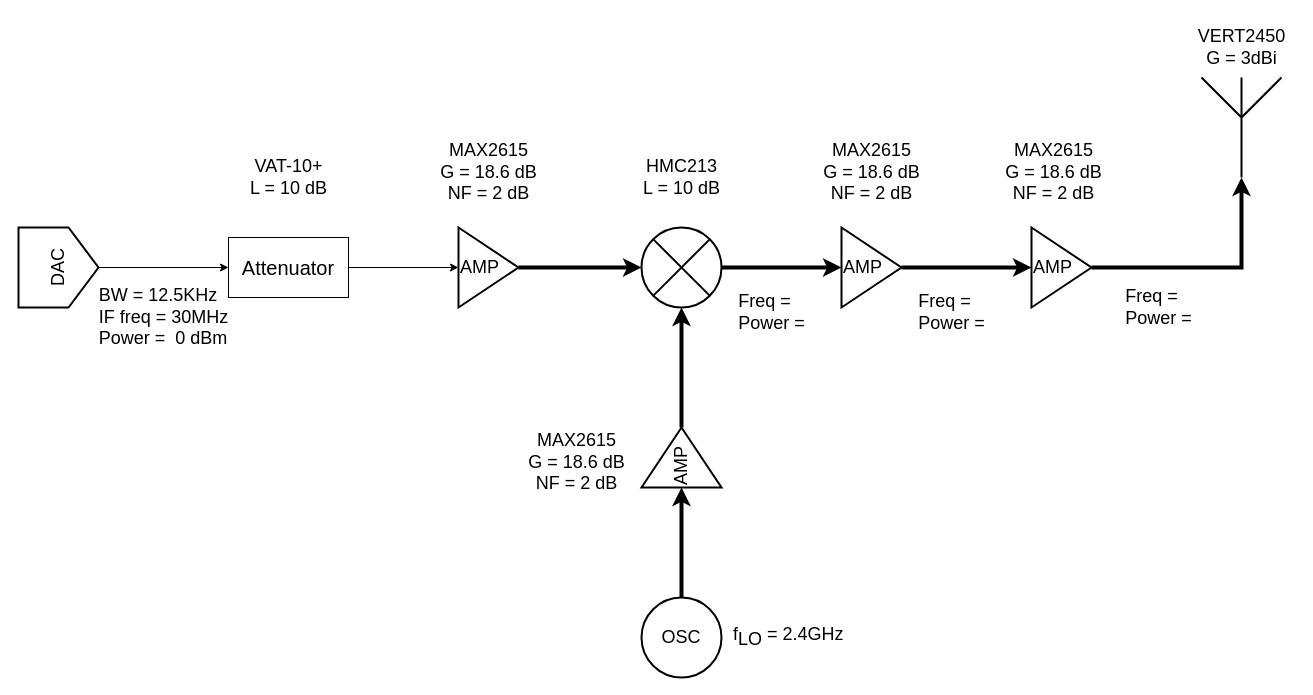
chenbin234/MCC125-Wireless-link-project keeps this draw.io diagram as transmitter.drawio. Above is the earlier version. Source tidied: cells renumbered, new cells numbered last; positions are measured from the earlier drawing's top-left corner, leaving out a move shared by most shapes. Both pictures are drawn from the tidied source at 100%, with x=0, y=0 at pixel (18, 17).
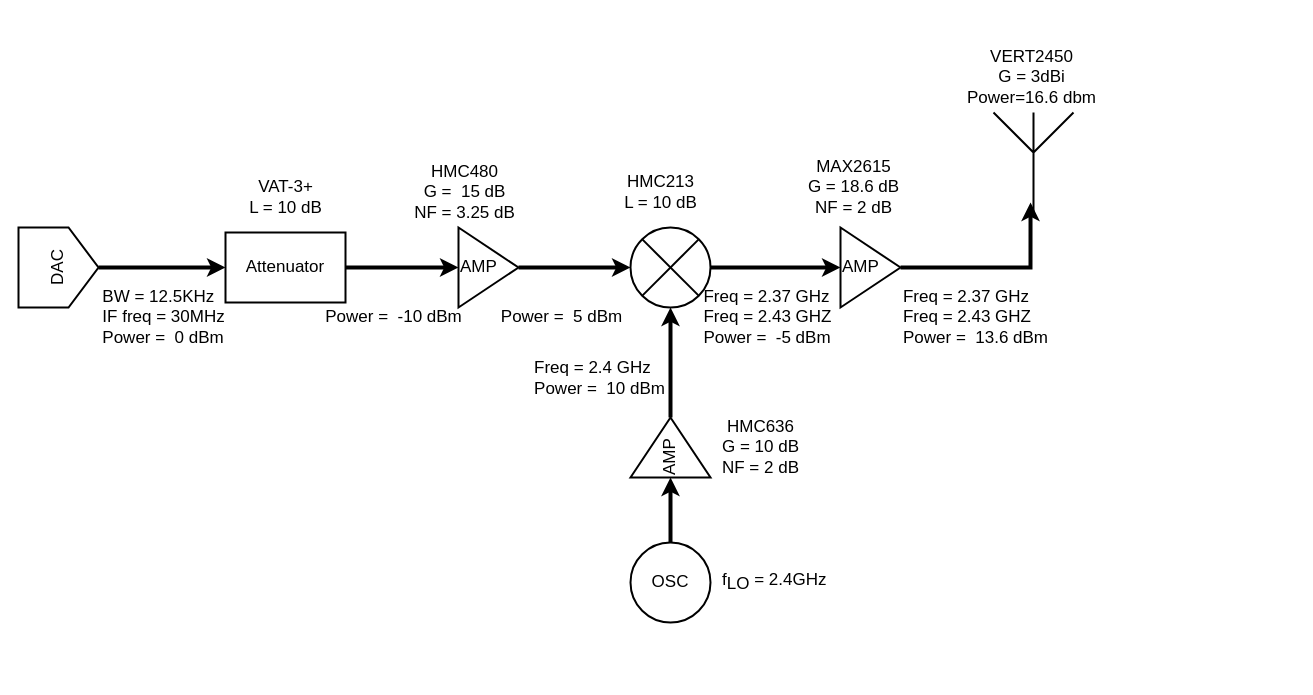
The same diagram, later.

The edit, as a diff of the source:
```diff
@@
-    <mxCell id="2" style="edgeStyle=orthogonalEdgeStyle;rounded=0;jettySize=auto;html=1;exitX=1;exitY=0.5;exitDx=0;exitDy=0;strokeWidth=4;fontSize=18;" parent="1" edge="1" source="3" target="5">
+    <mxCell id="2" style="edgeStyle=orthogonalEdgeStyle;rounded=0;jettySize=auto;html=1;exitX=1;exitY=0.5;exitDx=0;exitDy=0;strokeWidth=4;fontSize=17;" parent="1" edge="1" source="3" target="5">
       <mxGeometry relative="1" as="geometry" />
     </mxCell>
-    <mxCell id="3" value="AMP" style="triangle;whiteSpace=wrap;html=1;strokeWidth=2;fontSize=18;align=left;" parent="1" vertex="1">
+    <mxCell id="3" value="AMP" style="triangle;whiteSpace=wrap;html=1;strokeWidth=2;fontSize=17;align=left;" parent="1" vertex="1">
       <mxGeometry x="440" y="210" width="60" height="80" as="geometry" />
     </mxCell>
-    <mxCell id="4" style="edgeStyle=orthogonalEdgeStyle;rounded=0;jettySize=auto;html=1;exitX=1;exitY=0.5;exitDx=0;exitDy=0;entryX=0;entryY=0.5;entryDx=0;entryDy=0;strokeWidth=4;fontSize=18;" parent="1" edge="1" source="5" target="11">
+    <mxCell id="4" style="edgeStyle=orthogonalEdgeStyle;rounded=0;jettySize=auto;html=1;exitX=1;exitY=0.5;exitDx=0;exitDy=0;entryX=0;entryY=0.5;entryDx=0;entryDy=0;strokeWidth=4;fontSize=17;" parent="1" edge="1" source="5" target="11">
       <mxGeometry relative="1" as="geometry" />
     </mxCell>
-    <mxCell id="5" style="shape=sumEllipse;perimeter=ellipsePerimeter;whiteSpace=wrap;html=1;backgroundOutline=1;strokeWidth=2;fontSize=18;" parent="1" vertex="1">
-      <mxGeometry x="623" y="210" width="80" height="80" as="geometry" />
+    <mxCell id="5" style="shape=sumEllipse;perimeter=ellipsePerimeter;whiteSpace=wrap;html=1;backgroundOutline=1;strokeWidth=2;fontSize=17;" parent="1" vertex="1">
+      <mxGeometry x="612" y="210" width="80" height="80" as="geometry" />
     </mxCell>
-    <mxCell id="6" style="edgeStyle=orthogonalEdgeStyle;rounded=0;jettySize=auto;html=1;exitX=1;exitY=0.5;exitDx=0;exitDy=0;entryX=0.5;entryY=1;entryDx=0;entryDy=0;strokeWidth=4;fontSize=18;" parent="1" edge="1" source="7" target="5">
+    <mxCell id="6" style="edgeStyle=orthogonalEdgeStyle;rounded=0;jettySize=auto;html=1;exitX=1;exitY=0.5;exitDx=0;exitDy=0;entryX=0.5;entryY=1;entryDx=0;entryDy=0;strokeWidth=4;fontSize=17;" parent="1" edge="1" source="7" target="5">
       <mxGeometry relative="1" as="geometry" />
     </mxCell>
-    <mxCell id="7" value="AMP" style="triangle;whiteSpace=wrap;html=1;rotation=-90;strokeWidth=2;fontSize=18;align=left;" parent="1" vertex="1">
-      <mxGeometry x="633" y="400" width="60" height="80" as="geometry" />
+    <mxCell id="7" value="AMP" style="triangle;whiteSpace=wrap;html=1;rotation=-90;strokeWidth=2;fontSize=17;align=left;" parent="1" vertex="1">
+      <mxGeometry x="622" y="390" width="60" height="80" as="geometry" />
     </mxCell>
-    <mxCell id="8" style="edgeStyle=orthogonalEdgeStyle;rounded=0;jettySize=auto;html=1;exitX=0.5;exitY=0;exitDx=0;exitDy=0;entryX=0;entryY=0.5;entryDx=0;entryDy=0;strokeWidth=4;fontSize=18;" parent="1" edge="1" source="9" target="7">
+    <mxCell id="8" style="edgeStyle=orthogonalEdgeStyle;rounded=0;jettySize=auto;html=1;exitX=0.5;exitY=0;exitDx=0;exitDy=0;entryX=0;entryY=0.5;entryDx=0;entryDy=0;strokeWidth=4;fontSize=17;" parent="1" edge="1" source="9" target="7">
       <mxGeometry relative="1" as="geometry" />
     </mxCell>
-    <mxCell id="9" value="&lt;font style=&quot;font-size: 18px;&quot;&gt;OSC&lt;/font&gt;" style="ellipse;whiteSpace=wrap;html=1;strokeWidth=2;fontSize=18;" parent="1" vertex="1">
-      <mxGeometry x="623" y="580" width="80" height="80" as="geometry" />
+    <mxCell id="9" value="&lt;font style=&quot;font-size: 17px;&quot;&gt;OSC&lt;/font&gt;" style="ellipse;whiteSpace=wrap;html=1;strokeWidth=2;fontSize=17;" parent="1" vertex="1">
+      <mxGeometry x="612" y="525" width="80" height="80" as="geometry" />
     </mxCell>
-    <mxCell id="10" style="edgeStyle=orthogonalEdgeStyle;rounded=0;jettySize=auto;html=1;exitX=1;exitY=0.5;exitDx=0;exitDy=0;entryX=0;entryY=0.5;entryDx=0;entryDy=0;strokeWidth=4;fontSize=18;" parent="1" edge="1" source="11" target="13">
+    <mxCell id="10" style="edgeStyle=orthogonalEdgeStyle;rounded=0;jettySize=auto;html=1;exitX=1;exitY=0.5;exitDx=0;exitDy=0;entryX=0.463;entryY=0.9;entryDx=0;entryDy=0;strokeWidth=4;fontSize=17;entryPerimeter=0;" parent="1" edge="1" source="11" target="14">
       <mxGeometry relative="1" as="geometry" />
     </mxCell>
-    <mxCell id="11" value="AMP" style="triangle;whiteSpace=wrap;html=1;strokeWidth=2;fontSize=18;align=left;" parent="1" vertex="1">
-      <mxGeometry x="823" y="210" width="60" height="80" as="geometry" />
+    <mxCell id="11" value="AMP" style="triangle;whiteSpace=wrap;html=1;strokeWidth=2;fontSize=17;align=left;" parent="1" vertex="1">
+      <mxGeometry x="822" y="210" width="60" height="80" as="geometry" />
     </mxCell>
-    <mxCell id="12" style="edgeStyle=orthogonalEdgeStyle;rounded=0;jettySize=auto;html=1;exitX=1;exitY=0.5;exitDx=0;exitDy=0;strokeWidth=4;fontSize=18;" parent="1" edge="1" source="13" target="14">
-      <mxGeometry relative="1" as="geometry" />
-    </mxCell>
-    <mxCell id="13" value="AMP" style="triangle;whiteSpace=wrap;html=1;strokeWidth=2;fontSize=18;align=left;" parent="1" vertex="1">
-      <mxGeometry x="1013" y="210" width="60" height="80" as="geometry" />
-    </mxCell>
-    <mxCell id="14" style="verticalLabelPosition=bottom;shadow=0;dashed=0;align=center;html=1;verticalAlign=top;shape=mxgraph.electrical.radio.aerial_-_antenna_1;strokeWidth=2;fontSize=18;" parent="1" vertex="1">
-      <mxGeometry x="1183" y="60" width="80" height="100" as="geometry" />
+    <mxCell id="14" style="verticalLabelPosition=bottom;shadow=0;dashed=0;align=center;html=1;verticalAlign=top;shape=mxgraph.electrical.radio.aerial_-_antenna_1;strokeWidth=2;fontSize=17;" parent="1" vertex="1">
+      <mxGeometry x="975" y="95" width="80" height="100" as="geometry" />
     </mxCell>
-    <mxCell id="15" style="edgeStyle=orthogonalEdgeStyle;rounded=0;jettySize=auto;html=1;exitX=0.5;exitY=1;exitDx=0;exitDy=0;entryX=0;entryY=0.5;entryDx=0;entryDy=0;" parent="1" edge="1" source="16" target="29">
+    <mxCell id="15" style="edgeStyle=orthogonalEdgeStyle;rounded=0;jettySize=auto;html=1;exitX=0.5;exitY=1;exitDx=0;exitDy=0;entryX=0;entryY=0.5;entryDx=0;entryDy=0;strokeWidth=4;fontSize=17;" parent="1" edge="1" source="16" target="29">
       <mxGeometry relative="1" as="geometry" />
     </mxCell>
-    <mxCell id="16" value="&lt;font style=&quot;font-size: 18px;&quot;&gt;DAC&lt;/font&gt;" style="shape=offPageConnector;whiteSpace=wrap;html=1;rotation=-90;strokeWidth=2;horizontal=1;verticalAlign=middle;fontSize=18;" parent="1" vertex="1">
+    <mxCell id="16" value="&lt;font style=&quot;font-size: 17px;&quot;&gt;DAC&lt;/font&gt;" style="shape=offPageConnector;whiteSpace=wrap;html=1;rotation=-90;strokeWidth=2;horizontal=1;verticalAlign=middle;fontSize=17;" parent="1" vertex="1">
       <mxGeometry y="210" width="80" height="80" as="geometry" />
     </mxCell>
-    <mxCell id="17" value="&lt;font style=&quot;font-size: 18px;&quot;&gt;f&lt;sub style=&quot;font-size: 18px;&quot;&gt;LO&lt;/sub&gt; = 2.4GHz&lt;/font&gt;" style="text;html=1;align=left;verticalAlign=middle;strokeColor=none;fillColor=none;fontSize=18;" parent="1" vertex="1">
-      <mxGeometry x="713" y="600" width="130" height="40" as="geometry" />
+    <mxCell id="17" value="&lt;font style=&quot;font-size: 17px;&quot;&gt;f&lt;sub style=&quot;font-size: 17px;&quot;&gt;LO&lt;/sub&gt; = 2.4GHz&lt;/font&gt;" style="text;html=1;align=left;verticalAlign=middle;strokeColor=none;fillColor=none;fontSize=17;" parent="1" vertex="1">
+      <mxGeometry x="702" y="545" width="130" height="40" as="geometry" />
     </mxCell>
-    <mxCell id="18" value="&lt;div style=&quot;text-align: left; font-size: 18px;&quot;&gt;&lt;span style=&quot;background-color: initial; font-size: 18px;&quot;&gt;&lt;font style=&quot;font-size: 18px;&quot;&gt;BW = 12.5KHz&lt;/font&gt;&lt;/span&gt;&lt;/div&gt;&lt;div style=&quot;text-align: left; font-size: 18px;&quot;&gt;&lt;span style=&quot;background-color: initial; font-size: 18px;&quot;&gt;&lt;font style=&quot;font-size: 18px;&quot;&gt;IF freq = 30MHz&lt;/font&gt;&lt;/span&gt;&lt;/div&gt;&lt;div style=&quot;text-align: left; font-size: 18px;&quot;&gt;&lt;span style=&quot;background-color: initial; font-size: 18px;&quot;&gt;&lt;font style=&quot;font-size: 18px;&quot;&gt;Power =&amp;nbsp; 0 dBm&lt;/font&gt;&lt;/span&gt;&lt;/div&gt;" style="text;html=1;align=center;verticalAlign=middle;strokeColor=none;fillColor=none;fontSize=18;" parent="1" vertex="1">
-      <mxGeometry x="70" y="260" width="150" height="80" as="geometry" />
+    <mxCell id="18" value="&lt;div style=&quot;text-align: left; font-size: 17px;&quot;&gt;&lt;span style=&quot;background-color: initial; font-size: 17px;&quot;&gt;&lt;font style=&quot;font-size: 17px;&quot;&gt;BW = 12.5KHz&lt;/font&gt;&lt;/span&gt;&lt;/div&gt;&lt;div style=&quot;text-align: left; font-size: 17px;&quot;&gt;&lt;span style=&quot;background-color: initial; font-size: 17px;&quot;&gt;&lt;font style=&quot;font-size: 17px;&quot;&gt;IF freq = 30MHz&lt;/font&gt;&lt;/span&gt;&lt;/div&gt;&lt;div style=&quot;text-align: left; font-size: 17px;&quot;&gt;&lt;span style=&quot;background-color: initial; font-size: 17px;&quot;&gt;&lt;font style=&quot;font-size: 17px;&quot;&gt;Power =&amp;nbsp; 0 dBm&lt;/font&gt;&lt;/span&gt;&lt;/div&gt;" style="text;html=1;align=center;verticalAlign=middle;strokeColor=none;fillColor=none;fontSize=17;" parent="1" vertex="1">
+      <mxGeometry x="70" y="265" width="150" height="70" as="geometry" />
     </mxCell>
-    <mxCell id="19" value="&lt;div style=&quot;text-align: left; font-size: 18px;&quot;&gt;&lt;span style=&quot;background-color: initial; font-size: 18px;&quot;&gt;Freq =&lt;/span&gt;&lt;/div&gt;&lt;div style=&quot;text-align: left; font-size: 18px;&quot;&gt;&lt;span style=&quot;background-color: initial; font-size: 18px;&quot;&gt;&lt;font style=&quot;font-size: 18px;&quot;&gt;Power =&amp;nbsp;&amp;nbsp;&lt;/font&gt;&lt;/span&gt;&lt;/div&gt;" style="text;html=1;align=center;verticalAlign=middle;strokeColor=none;fillColor=none;fontSize=18;" parent="1" vertex="1">
-      <mxGeometry x="888" y="265" width="100" height="60" as="geometry" />
-    </mxCell>
-    <mxCell id="20" value="&lt;div style=&quot;text-align: left; font-size: 18px;&quot;&gt;&lt;span style=&quot;background-color: initial; font-size: 18px;&quot;&gt;Freq =&lt;/span&gt;&lt;/div&gt;&lt;div style=&quot;text-align: left; font-size: 18px;&quot;&gt;&lt;span style=&quot;background-color: initial; font-size: 18px;&quot;&gt;&lt;font style=&quot;font-size: 18px;&quot;&gt;Power =&amp;nbsp;&amp;nbsp;&lt;/font&gt;&lt;/span&gt;&lt;/div&gt;" style="text;html=1;align=center;verticalAlign=middle;strokeColor=none;fillColor=none;fontSize=18;" parent="1" vertex="1">
-      <mxGeometry x="1095" y="260" width="100" height="60" as="geometry" />
-    </mxCell>
-    <mxCell id="21" value="&lt;div style=&quot;text-align: left; font-size: 18px;&quot;&gt;&lt;span style=&quot;background-color: initial; font-size: 18px;&quot;&gt;Freq =&lt;/span&gt;&lt;/div&gt;&lt;div style=&quot;text-align: left; font-size: 18px;&quot;&gt;&lt;span style=&quot;background-color: initial; font-size: 18px;&quot;&gt;&lt;font style=&quot;font-size: 18px;&quot;&gt;Power =&amp;nbsp;&amp;nbsp;&lt;/font&gt;&lt;/span&gt;&lt;/div&gt;" style="text;html=1;align=center;verticalAlign=middle;strokeColor=none;fillColor=none;fontSize=18;" parent="1" vertex="1">
-      <mxGeometry x="708" y="265" width="100" height="60" as="geometry" />
+    <mxCell id="21" value="&lt;div style=&quot;text-align: left; font-size: 17px;&quot;&gt;&lt;span style=&quot;background-color: initial; font-size: 17px;&quot;&gt;Freq = 2.37 GHz&lt;/span&gt;&lt;/div&gt;&lt;div style=&quot;text-align: left; font-size: 17px;&quot;&gt;&lt;span style=&quot;background-color: initial; font-size: 17px;&quot;&gt;Freq = 2.43 GHZ&lt;/span&gt;&lt;/div&gt;&lt;div style=&quot;text-align: left; font-size: 17px;&quot;&gt;&lt;span style=&quot;background-color: initial; font-size: 17px;&quot;&gt;&lt;font style=&quot;font-size: 17px;&quot;&gt;Power =&amp;nbsp; -5 dBm&lt;/font&gt;&lt;/span&gt;&lt;/div&gt;" style="text;html=1;align=center;verticalAlign=middle;strokeColor=none;fillColor=none;fontSize=17;" parent="1" vertex="1">
+      <mxGeometry x="674" y="265" width="150" height="70" as="geometry" />
     </mxCell>
-    <mxCell id="22" value="MAX2615&lt;br style=&quot;font-size: 18px;&quot;&gt;G = 18.6 dB&lt;br style=&quot;font-size: 18px;&quot;&gt;NF = 2 dB" style="text;html=1;align=center;verticalAlign=middle;strokeColor=none;fillColor=none;fontSize=18;" parent="1" vertex="1">
-      <mxGeometry x="498" y="405" width="120" height="80" as="geometry" />
+    <mxCell id="22" value="HMC636&lt;br style=&quot;font-size: 17px;&quot;&gt;G = 10 dB&lt;br style=&quot;font-size: 17px;&quot;&gt;NF = 2 dB" style="text;html=1;align=center;verticalAlign=middle;strokeColor=none;fillColor=none;fontSize=17;" parent="1" vertex="1">
+      <mxGeometry x="692" y="395" width="100" height="70" as="geometry" />
     </mxCell>
-    <mxCell id="23" value="MAX2615&lt;br style=&quot;font-size: 18px;&quot;&gt;G = 18.6 dB&lt;br style=&quot;font-size: 18px;&quot;&gt;NF = 2 dB" style="text;html=1;align=center;verticalAlign=middle;strokeColor=none;fillColor=none;fontSize=18;" parent="1" vertex="1">
-      <mxGeometry x="793" y="115" width="120" height="80" as="geometry" />
+    <mxCell id="23" value="MAX2615&lt;br style=&quot;font-size: 17px;&quot;&gt;G = 18.6 dB&lt;br style=&quot;font-size: 17px;&quot;&gt;NF = 2 dB" style="text;html=1;align=center;verticalAlign=middle;strokeColor=none;fillColor=none;fontSize=17;" parent="1" vertex="1">
+      <mxGeometry x="780" y="135" width="110" height="70" as="geometry" />
     </mxCell>
-    <mxCell id="24" value="MAX2615&lt;br style=&quot;font-size: 18px;&quot;&gt;G = 18.6 dB&lt;br style=&quot;font-size: 18px;&quot;&gt;NF = 2 dB" style="text;html=1;align=center;verticalAlign=middle;strokeColor=none;fillColor=none;fontSize=18;" parent="1" vertex="1">
-      <mxGeometry x="975" y="115" width="120" height="80" as="geometry" />
-    </mxCell>
-    <mxCell id="25" value="&lt;font style=&quot;font-size: 18px;&quot;&gt;VERT2450&lt;br style=&quot;font-size: 18px;&quot;&gt;G = 3dBi&lt;/font&gt;" style="text;html=1;align=center;verticalAlign=middle;strokeColor=none;fillColor=none;fontSize=18;" parent="1" vertex="1">
-      <mxGeometry x="1168" width="110" height="60" as="geometry" />
+    <mxCell id="25" value="&lt;font style=&quot;font-size: 17px;&quot;&gt;VERT2450&lt;br style=&quot;font-size: 17px;&quot;&gt;G = 3dBi&lt;br&gt;Power=16.6 dbm&lt;br&gt;&lt;/font&gt;" style="text;html=1;align=center;verticalAlign=middle;strokeColor=none;fillColor=none;fontSize=17;" parent="1" vertex="1">
+      <mxGeometry x="938" y="25" width="150" height="70" as="geometry" />
     </mxCell>
-    <mxCell id="26" value="&lt;font style=&quot;font-size: 18px;&quot;&gt;HMC213&lt;br style=&quot;font-size: 18px;&quot;&gt;L = 10 dB&lt;br style=&quot;font-size: 18px;&quot;&gt;&lt;/font&gt;" style="text;html=1;align=center;verticalAlign=middle;strokeColor=none;fillColor=none;fontSize=18;" parent="1" vertex="1">
-      <mxGeometry x="613" y="130" width="100" height="60" as="geometry" />
+    <mxCell id="26" value="&lt;font style=&quot;font-size: 17px;&quot;&gt;HMC213&lt;br style=&quot;font-size: 17px;&quot;&gt;L = 10 dB&lt;br style=&quot;font-size: 17px;&quot;&gt;&lt;/font&gt;" style="text;html=1;align=center;verticalAlign=middle;strokeColor=none;fillColor=none;fontSize=17;" parent="1" vertex="1">
+      <mxGeometry x="592" y="150" width="100" height="50" as="geometry" />
     </mxCell>
-    <mxCell id="27" value="MAX2615&lt;br style=&quot;font-size: 18px;&quot;&gt;G = 18.6 dB&lt;br style=&quot;font-size: 18px;&quot;&gt;NF = 2 dB" style="text;html=1;align=center;verticalAlign=middle;strokeColor=none;fillColor=none;fontSize=18;" parent="1" vertex="1">
-      <mxGeometry x="410" y="115" width="120" height="80" as="geometry" />
+    <mxCell id="27" value="HMC480&lt;br style=&quot;font-size: 17px;&quot;&gt;G =&amp;nbsp; 15 dB&lt;br style=&quot;font-size: 17px;&quot;&gt;NF = 3.25 dB" style="text;html=1;align=center;verticalAlign=middle;strokeColor=none;fillColor=none;fontSize=17;" parent="1" vertex="1">
+      <mxGeometry x="386" y="140" width="120" height="70" as="geometry" />
     </mxCell>
-    <mxCell id="28" style="edgeStyle=orthogonalEdgeStyle;rounded=0;jettySize=auto;html=1;exitX=1;exitY=0.5;exitDx=0;exitDy=0;entryX=0;entryY=0.5;entryDx=0;entryDy=0;" parent="1" edge="1" source="29" target="3">
+    <mxCell id="28" style="edgeStyle=orthogonalEdgeStyle;rounded=0;jettySize=auto;html=1;exitX=1;exitY=0.5;exitDx=0;exitDy=0;entryX=0;entryY=0.5;entryDx=0;entryDy=0;fontSize=17;strokeWidth=4;" parent="1" edge="1" source="29" target="3">
       <mxGeometry relative="1" as="geometry" />
     </mxCell>
-    <mxCell id="29" value="&lt;font style=&quot;font-size: 20px;&quot;&gt;Attenuator&lt;/font&gt;" style="rounded=0;whiteSpace=wrap;html=1;" parent="1" vertex="1">
-      <mxGeometry x="210" y="220" width="120" height="60" as="geometry" />
+    <mxCell id="29" value="&lt;font style=&quot;font-size: 17px;&quot;&gt;Attenuator&lt;/font&gt;" style="rounded=0;whiteSpace=wrap;html=1;fontSize=17;strokeWidth=2;" parent="1" vertex="1">
+      <mxGeometry x="207" y="215" width="120" height="70" as="geometry" />
     </mxCell>
-    <mxCell id="30" value="VAT-10+&lt;br&gt;L = 10 dB" style="text;html=1;align=center;verticalAlign=middle;strokeColor=none;fillColor=none;fontSize=18;" parent="1" vertex="1">
-      <mxGeometry x="220" y="130" width="100" height="60" as="geometry" />
+    <mxCell id="30" value="VAT-3+&lt;br style=&quot;font-size: 17px;&quot;&gt;L = 10 dB" style="text;html=1;align=center;verticalAlign=middle;strokeColor=none;fillColor=none;fontSize=17;" parent="1" vertex="1">
+      <mxGeometry x="217" y="155" width="100" height="50" as="geometry" />
     </mxCell>
+    <mxCell id="31" value="&lt;div style=&quot;text-align: left; font-size: 17px;&quot;&gt;&lt;span style=&quot;background-color: initial; font-size: 17px;&quot;&gt;Power =&amp;nbsp; 5 dBm&lt;/span&gt;&lt;br style=&quot;font-size: 17px;&quot;&gt;&lt;/div&gt;" style="text;html=1;align=center;verticalAlign=middle;strokeColor=none;fillColor=none;fontSize=17;" parent="1" vertex="1">
+      <mxGeometry x="473" y="285" width="140" height="30" as="geometry" />
+    </mxCell>
+    <mxCell id="32" value="&lt;div style=&quot;text-align: left; font-size: 17px;&quot;&gt;&lt;span style=&quot;background-color: initial; font-size: 17px;&quot;&gt;Power =&amp;nbsp; -10 dBm&lt;/span&gt;&lt;br style=&quot;font-size: 17px;&quot;&gt;&lt;/div&gt;" style="text;html=1;align=center;verticalAlign=middle;strokeColor=none;fillColor=none;fontSize=17;" parent="1" vertex="1">
+      <mxGeometry x="295" y="285" width="160" height="30" as="geometry" />
+    </mxCell>
+    <mxCell id="33" value="&lt;div style=&quot;text-align: left; font-size: 17px;&quot;&gt;&lt;span style=&quot;background-color: initial; font-size: 17px;&quot;&gt;Freq = 2.37 GHz&lt;/span&gt;&lt;/div&gt;&lt;div style=&quot;text-align: left; font-size: 17px;&quot;&gt;&lt;span style=&quot;background-color: initial; font-size: 17px;&quot;&gt;Freq = 2.43 GHZ&lt;/span&gt;&lt;/div&gt;&lt;div style=&quot;text-align: left; font-size: 17px;&quot;&gt;&lt;span style=&quot;background-color: initial; font-size: 17px;&quot;&gt;&lt;font style=&quot;font-size: 17px;&quot;&gt;Power =&amp;nbsp; 13.6 dBm&lt;/font&gt;&lt;/span&gt;&lt;/div&gt;" style="text;html=1;align=center;verticalAlign=middle;strokeColor=none;fillColor=none;fontSize=17;" parent="1" vertex="1">
+      <mxGeometry x="872" y="265" width="170" height="70" as="geometry" />
+    </mxCell>
+    <mxCell id="34" value="&lt;div style=&quot;text-align: left; font-size: 17px;&quot;&gt;&lt;span style=&quot;background-color: initial; font-size: 17px;&quot;&gt;Freq = 2.4 GHz&lt;/span&gt;&lt;/div&gt;&lt;div style=&quot;text-align: left; font-size: 17px;&quot;&gt;&lt;span style=&quot;background-color: initial; font-size: 17px;&quot;&gt;Power =&amp;nbsp; 10 dBm&lt;/span&gt;&lt;br style=&quot;font-size: 17px;&quot;&gt;&lt;/div&gt;" style="text;html=1;align=center;verticalAlign=middle;strokeColor=none;fillColor=none;fontSize=17;" parent="1" vertex="1">
+      <mxGeometry x="506" y="336" width="150" height="50" as="geometry" />
+    </mxCell>
```
